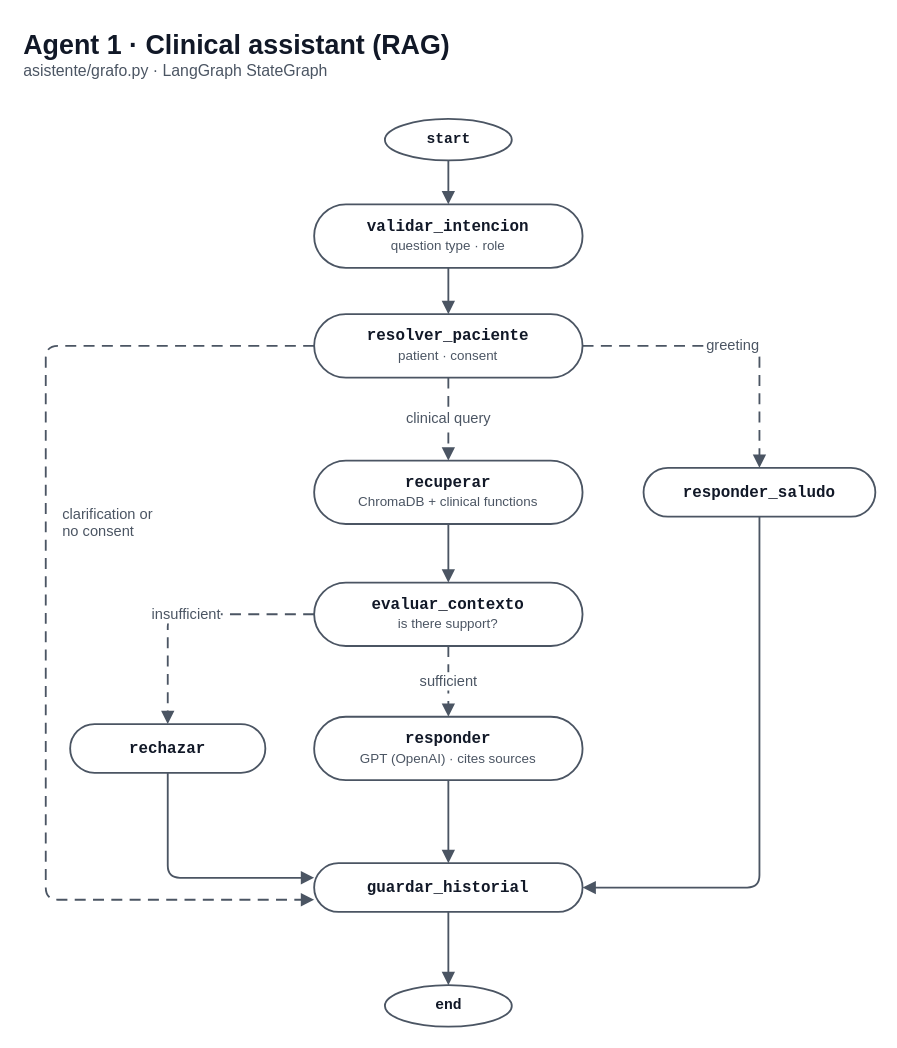
Above: docs/diagramas/agente_1_asistente.drawio in Paulina0209/Proyecto_4 (draw.io), before the change. Source tidied: cells renumbered, new cells numbered last; positions are measured from the earlier drawing's top-left corner, leaving out a move shared by most shapes. Both pictures are drawn from the tidied source at 122%, with x=0, y=0 at pixel (21, 21).
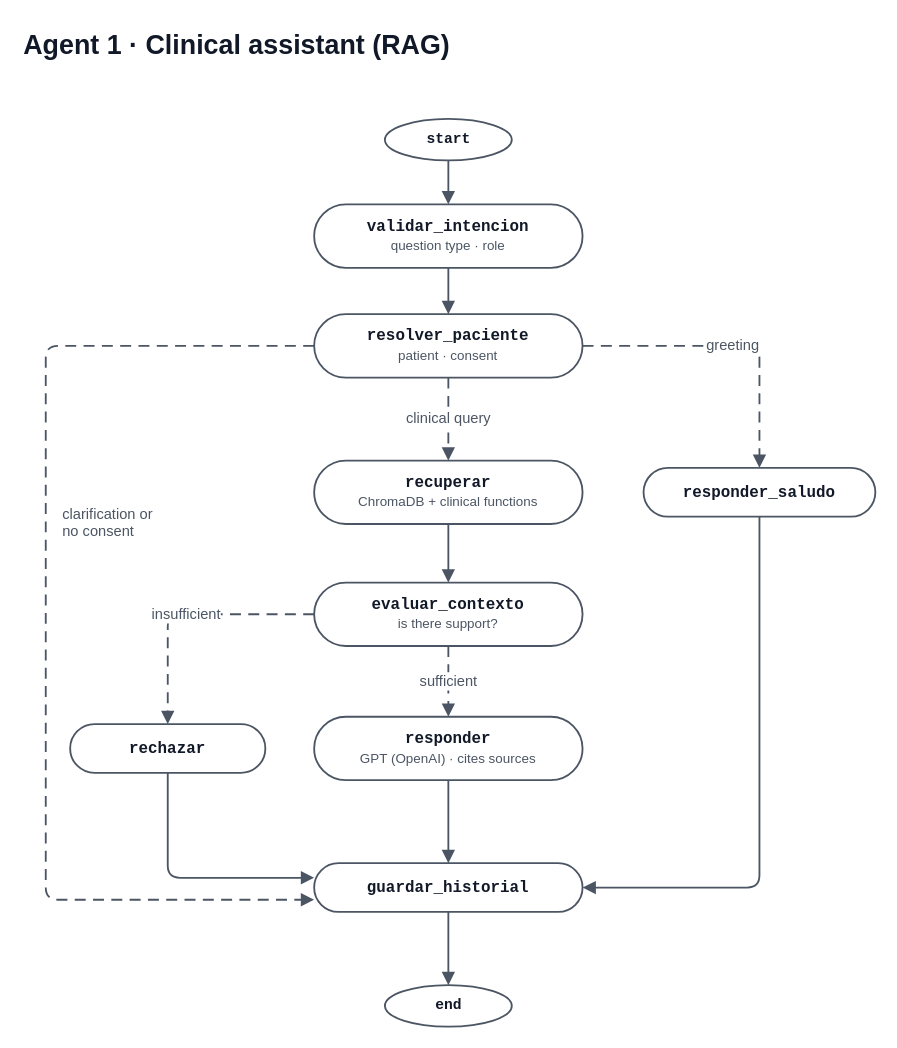
Above is the later version.

What changed in the source:
```diff
@@
-    <mxCell id="2" value="&lt;b style=&quot;font-size:22px&quot;&gt;Agent 1 · Clinical assistant (RAG)&lt;/b&gt;&lt;br&gt;&lt;font style=&quot;font-size:13px&quot; color=&quot;#4B5563&quot;&gt;asistente/grafo.py · LangGraph StateGraph&lt;/font&gt;" style="text;html=1;strokeColor=none;fillColor=none;align=left;verticalAlign=top;fontColor=#111827;" parent="1" vertex="1">
+    <mxCell id="2" value="&lt;b style=&quot;font-size:22px&quot;&gt;Agent 1 · Clinical assistant (RAG)&lt;/b&gt;" style="text;html=1;strokeColor=none;fillColor=none;align=left;verticalAlign=top;fontColor=#111827;" parent="1" vertex="1">
       <mxGeometry width="700" height="56" as="geometry" />
     </mxCell>
```
